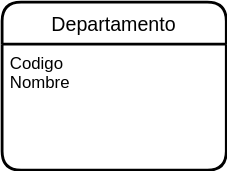
Before: UD12-7.svg, a diagram exported from draw.io (Jimxx22/C3-UD11-UML). Source tidied: cells renumbered, new cells last; positions are measured from the earlier drawing's top-left corner, leaving out a move shared by most shapes. Its diagram source:
```xml
<mxGraphModel>
  <root>
    <mxCell id="0" />
    <mxCell id="1" parent="0" />
    <mxCell id="2" value="Departamento" style="swimlane;horizontal=1;startSize=30;rounded=1;fontSize=14;fontStyle=0;strokeWidth=2;shadow=0;dashed=0;align=center;html=0;" parent="1" vertex="1">
      <mxGeometry width="160" height="120" as="geometry" />
    </mxCell>
    <mxCell id="3" value="Codigo&#10;Nombre&#10;" style="align=left;strokeColor=none;fillColor=none;spacingLeft=4;fontSize=12;verticalAlign=top;html=0;" parent="2" vertex="1">
      <mxGeometry y="30" width="160" height="90" as="geometry" />
    </mxCell>
  </root>
</mxGraphModel>
```
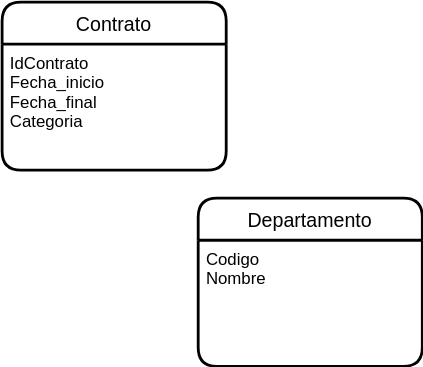
Above is the later version.

Diff of the diagram source:
```diff
@@ -2,6 +2,12 @@
   <root>
     <mxCell id="0" />
     <mxCell id="1" parent="0" />
+    <mxCell id="4" value="Contrato" style="swimlane;horizontal=1;startSize=30;rounded=1;fontSize=14;fontStyle=0;strokeWidth=2;shadow=0;dashed=0;align=center;" parent="1" vertex="1">
+      <mxGeometry x="-140" y="-140" width="160" height="120" as="geometry" />
+    </mxCell>
+    <mxCell id="5" value="IdContrato&#10;Fecha_inicio&#10;Fecha_final&#10;Categoria" style="align=left;strokeColor=none;fillColor=none;spacingLeft=4;fontSize=12;verticalAlign=top;" parent="4" vertex="1">
+      <mxGeometry y="30" width="160" height="90" as="geometry" />
+    </mxCell>
     <mxCell id="2" value="Departamento" style="swimlane;horizontal=1;startSize=30;rounded=1;fontSize=14;fontStyle=0;strokeWidth=2;shadow=0;dashed=0;align=center;html=0;" parent="1" vertex="1">
       <mxGeometry width="160" height="120" as="geometry" />
     </mxCell>
```
